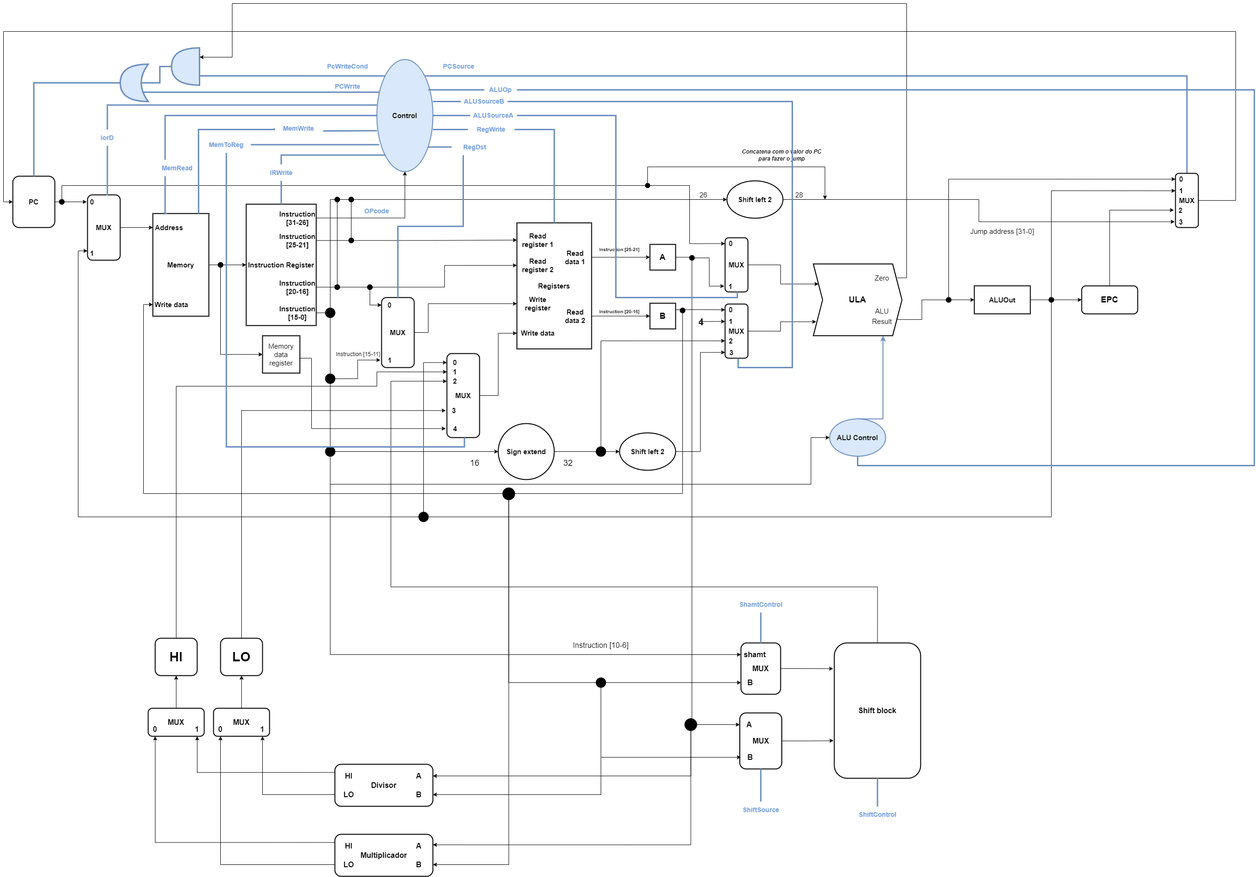
Above: Projeto/Unidade de Processamento/Unidade de Processamento.png in phdfreitas/infrahw-2021-2 (draw.io), before the change. Source tidied: cells renumbered, new cells last; positions are measured from the earlier drawing's top-left corner, leaving out a move shared by most shapes.
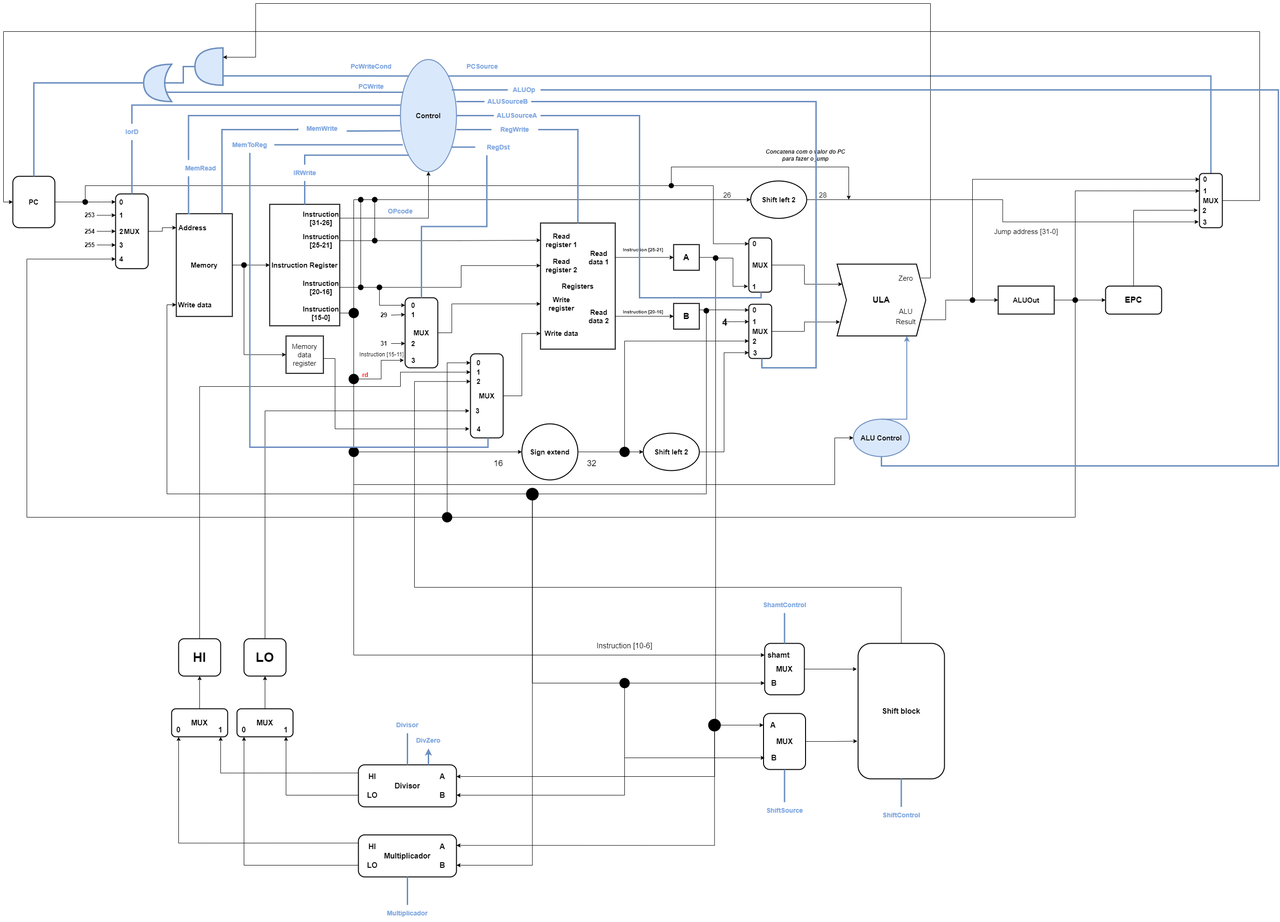
Above is the later version.

What changed in the source:
```diff
@@ -2,27 +2,36 @@
   <root>
     <mxCell id="0" />
     <mxCell id="1" parent="0" />
-    <mxCell id="2" style="edgeStyle=orthogonalEdgeStyle;rounded=0;jettySize=auto;html=1;exitX=1;exitY=0.5;exitDx=0;exitDy=0;entryX=-0.023;entryY=0.107;entryDx=0;entryDy=0;entryPerimeter=0;fontSize=15;startArrow=none;" parent="1" edge="1" source="124" target="6">
+    <mxCell id="2" style="edgeStyle=orthogonalEdgeStyle;rounded=0;jettySize=auto;html=1;exitX=1;exitY=0.5;exitDx=0;exitDy=0;fontSize=15;startArrow=none;entryX=0;entryY=0.5;entryDx=0;entryDy=0;" parent="1" edge="1" source="124" target="7">
       <mxGeometry relative="1" as="geometry" />
     </mxCell>
     <mxCell id="3" value="&lt;font size=&quot;1&quot;&gt;&lt;b style=&quot;font-size: 15px&quot;&gt;PC&lt;/b&gt;&lt;/font&gt;" style="rounded=1;whiteSpace=wrap;html=1;strokeWidth=2;" parent="1" vertex="1">
-      <mxGeometry x="20" y="370" width="90" height="110" as="geometry" />
+      <mxGeometry x="-30" y="370" width="90" height="110" as="geometry" />
     </mxCell>
     <mxCell id="4" style="group;" parent="1" vertex="1">
-      <mxGeometry x="160" y="410" width="90" height="140" as="geometry" />
+      <mxGeometry x="170" y="407.7" width="90" height="160" as="geometry" />
     </mxCell>
     <mxCell id="5" style="group;" parent="4" vertex="1">
-      <mxGeometry width="90" height="140" as="geometry" />
+      <mxGeometry width="90" height="160" as="geometry" />
     </mxCell>
     <mxCell id="6" value="&lt;b&gt;MUX&lt;/b&gt;" style="rounded=1;whiteSpace=wrap;html=1;fontSize=15;strokeWidth=2;" parent="5" vertex="1">
-      <mxGeometry x="20" width="70" height="140" as="geometry" />
+      <mxGeometry x="20" width="70" height="160" as="geometry" />
     </mxCell>
+    <mxCell id="265" value="&lt;b&gt;1&lt;/b&gt;" style="text;html=1;strokeColor=none;fillColor=none;align=center;verticalAlign=middle;whiteSpace=wrap;rounded=0;fontSize=15;" parent="5" vertex="1">
+      <mxGeometry x="20" y="28.6" width="25" height="34.3" as="geometry" />
+    </mxCell>
     <mxCell id="7" value="&lt;b&gt;0&lt;/b&gt;" style="text;html=1;strokeColor=none;fillColor=none;align=center;verticalAlign=middle;whiteSpace=wrap;rounded=0;fontSize=15;" parent="5" vertex="1">
-      <mxGeometry width="60" height="30" as="geometry" />
+      <mxGeometry x="20" width="25" height="34.3" as="geometry" />
     </mxCell>
-    <mxCell id="8" value="&lt;b&gt;1&lt;/b&gt;" style="text;html=1;strokeColor=none;fillColor=none;align=center;verticalAlign=middle;whiteSpace=wrap;rounded=0;fontSize=15;" parent="5" vertex="1">
-      <mxGeometry y="110" width="60" height="30" as="geometry" />
-    </mxCell>
+    <mxCell id="266" value="&lt;b&gt;2&lt;/b&gt;" style="text;html=1;strokeColor=none;fillColor=none;align=center;verticalAlign=middle;whiteSpace=wrap;rounded=0;fontSize=15;" parent="5" vertex="1">
+      <mxGeometry x="20" y="62.9" width="25" height="34.3" as="geometry" />
+    </mxCell>
+    <mxCell id="267" value="&lt;b&gt;3&lt;/b&gt;" style="text;html=1;strokeColor=none;fillColor=none;align=center;verticalAlign=middle;whiteSpace=wrap;rounded=0;fontSize=15;" parent="5" vertex="1">
+      <mxGeometry x="20" y="92.3" width="25" height="34.3" as="geometry" />
+    </mxCell>
+    <mxCell id="268" value="&lt;b&gt;4&lt;/b&gt;" style="text;html=1;strokeColor=none;fillColor=none;align=center;verticalAlign=middle;whiteSpace=wrap;rounded=0;fontSize=15;" parent="5" vertex="1">
+      <mxGeometry x="20" y="122.3" width="25" height="34.3" as="geometry" />
+    </mxCell>
     <mxCell id="9" style="group;" parent="1" vertex="1">
       <mxGeometry x="320" y="450" width="120" height="220" as="geometry" />
     </mxCell>
@@ -153,9 +162,12 @@
     <mxCell id="48" value="&lt;b&gt;0&lt;/b&gt;" style="text;html=1;strokeColor=none;fillColor=none;align=center;verticalAlign=middle;whiteSpace=wrap;rounded=0;fontSize=15;" parent="46" vertex="1">
       <mxGeometry x="20" width="35" height="32.1" as="geometry" />
     </mxCell>
-    <mxCell id="49" value="&lt;b&gt;1&lt;/b&gt;" style="text;html=1;strokeColor=none;fillColor=none;align=center;verticalAlign=middle;whiteSpace=wrap;rounded=0;fontSize=15;" parent="46" vertex="1">
+    <mxCell id="49" value="&lt;b&gt;3&lt;/b&gt;" style="text;html=1;strokeColor=none;fillColor=none;align=center;verticalAlign=middle;whiteSpace=wrap;rounded=0;fontSize=15;" parent="46" vertex="1">
       <mxGeometry x="17.5" y="117.9" width="40" height="32.1" as="geometry" />
     </mxCell>
+    <mxCell id="269" value="&lt;b&gt;1&lt;/b&gt;" style="text;html=1;strokeColor=none;fillColor=none;align=center;verticalAlign=middle;whiteSpace=wrap;rounded=0;fontSize=15;" parent="46" vertex="1">
+      <mxGeometry x="20" y="20" width="35" height="32.1" as="geometry" />
+    </mxCell>
     <mxCell id="50" style="edgeStyle=orthogonalEdgeStyle;rounded=0;jettySize=auto;html=1;exitX=1;exitY=0.5;exitDx=0;exitDy=0;entryX=0;entryY=0.5;entryDx=0;entryDy=0;fontSize=15;endArrow=none;" parent="1" edge="1" source="19" target="52">
       <mxGeometry relative="1" as="geometry" />
     </mxCell>
@@ -165,15 +177,6 @@
     <mxCell id="52" style="ellipse;whiteSpace=wrap;html=1;fontSize=15;strokeWidth=2;fillColor=#000000;" parent="51" vertex="1">
       <mxGeometry width="10" height="10" as="geometry" />
     </mxCell>
-    <mxCell id="53" style="group;" parent="1" vertex="1">
-      <mxGeometry x="780" y="602.7" width="10" height="10" as="geometry" />
-    </mxCell>
-    <mxCell id="54" style="ellipse;whiteSpace=wrap;html=1;fontSize=15;strokeWidth=2;fillColor=#000000;" parent="53" vertex="1">
-      <mxGeometry width="10" height="10" as="geometry" />
-    </mxCell>
-    <mxCell id="55" style="edgeStyle=orthogonalEdgeStyle;rounded=0;jettySize=auto;html=1;exitX=1;exitY=0.5;exitDx=0;exitDy=0;entryX=0;entryY=0.5;entryDx=0;entryDy=0;fontSize=15;startArrow=none;endArrow=none;" parent="53" edge="1" source="52" target="54">
-      <mxGeometry relative="1" as="geometry" />
-    </mxCell>
     <mxCell id="56" style="edgeStyle=orthogonalEdgeStyle;rounded=0;jettySize=auto;html=1;exitX=1;exitY=0.5;exitDx=0;exitDy=0;entryX=0;entryY=0.5;entryDx=0;entryDy=0;fontSize=15;startArrow=none;" parent="1" edge="1" source="54" target="38">
       <mxGeometry relative="1" as="geometry" />
     </mxCell>
@@ -417,7 +420,11 @@
       <mxGeometry x="120" y="420" width="10" height="10" as="geometry" />
     </mxCell>
     <mxCell id="125" style="edgeStyle=orthogonalEdgeStyle;rounded=0;jettySize=auto;html=1;exitX=1;exitY=0.5;exitDx=0;exitDy=0;entryX=-0.023;entryY=0.107;entryDx=0;entryDy=0;entryPerimeter=0;fontSize=15;endArrow=none;" parent="1" edge="1" source="3" target="124">
-      <mxGeometry relative="1" as="geometry" />
+      <mxGeometry relative="1" as="geometry">
+        <Array as="points">
+          <mxPoint x="120" y="425" />
+        </Array>
+      </mxGeometry>
     </mxCell>
     <mxCell id="126" style="edgeStyle=orthogonalEdgeStyle;rounded=0;jettySize=auto;html=1;exitX=1;exitY=0.5;exitDx=0;exitDy=0;entryX=0;entryY=0.25;entryDx=0;entryDy=0;fontSize=15;endArrow=classic;endFill=1;" parent="1" edge="1" source="117" target="129">
       <mxGeometry relative="1" as="geometry" />
@@ -450,12 +457,12 @@
         </Array>
       </mxGeometry>
     </mxCell>
-    <mxCell id="135" style="edgeStyle=orthogonalEdgeStyle;rounded=0;jettySize=auto;html=1;fontSize=15;endArrow=classic;endFill=1;entryX=0.333;entryY=0.333;entryDx=0;entryDy=0;entryPerimeter=0;exitX=0.5;exitY=1;exitDx=0;exitDy=0;" parent="1" edge="1" source="138" target="8">
+    <mxCell id="135" style="edgeStyle=orthogonalEdgeStyle;rounded=0;jettySize=auto;html=1;fontSize=15;endArrow=classic;endFill=1;exitX=0.5;exitY=1;exitDx=0;exitDy=0;entryX=0;entryY=0.5;entryDx=0;entryDy=0;" parent="1" edge="1" source="138" target="268">
       <mxGeometry relative="1" as="geometry">
         <Array as="points">
           <mxPoint x="2245" y="1100" />
-          <mxPoint x="160" y="1100" />
-          <mxPoint x="160" y="530" />
+          <mxPoint y="1100" />
+          <mxPoint y="547" />
         </Array>
       </mxGeometry>
     </mxCell>
@@ -516,8 +523,8 @@
         <Array as="points">
           <mxPoint x="2640" y="422" />
           <mxPoint x="2640" y="60" />
-          <mxPoint y="60" />
-          <mxPoint y="425" />
+          <mxPoint x="-50" y="60" />
+          <mxPoint x="-50" y="425" />
         </Array>
       </mxGeometry>
     </mxCell>
@@ -658,7 +665,7 @@
       <mxGeometry y="50" width="60" height="30" as="geometry" />
     </mxCell>
     <mxCell id="185" style="group;" parent="1" vertex="1">
-      <mxGeometry x="710" y="1630" width="210" height="90" as="geometry" />
+      <mxGeometry x="710" y="1630" width="210" height="105" as="geometry" />
     </mxCell>
     <mxCell id="186" value="&lt;b&gt;&lt;font style=&quot;font-size: 16px&quot;&gt;Divisor&lt;/font&gt;&lt;/b&gt;" style="rounded=1;whiteSpace=wrap;html=1;strokeWidth=2;" parent="185" vertex="1">
       <mxGeometry width="210" height="90" as="geometry" />
@@ -823,15 +830,16 @@
         <mxPoint x="800" y="217.5" as="sourcePoint" />
       </mxGeometry>
     </mxCell>
-    <mxCell id="230" style="edgeStyle=orthogonalEdgeStyle;rounded=0;jettySize=auto;html=1;exitX=0.5;exitY=1;exitDx=0;exitDy=0;entryX=1;entryY=0;entryDx=0;entryDy=0;fontSize=14;fontColor=#7EA6E0;endArrow=none;endFill=0;strokeWidth=3;fillColor=#dae8fc;strokeColor=#6c8ebf;" parent="1" edge="1" source="231" target="7">
+    <mxCell id="230" style="edgeStyle=orthogonalEdgeStyle;rounded=0;jettySize=auto;html=1;exitX=0.5;exitY=1;exitDx=0;exitDy=0;fontSize=14;fontColor=#7EA6E0;endArrow=none;endFill=0;strokeWidth=3;fillColor=#dae8fc;strokeColor=#6c8ebf;entryX=0.5;entryY=0;entryDx=0;entryDy=0;" parent="1" edge="1" source="231" target="6">
       <mxGeometry relative="1" as="geometry">
         <Array as="points">
-          <mxPoint x="222" y="410" />
+          <mxPoint x="225" y="360" />
+          <mxPoint x="225" y="360" />
         </Array>
       </mxGeometry>
     </mxCell>
     <mxCell id="231" value="&lt;b&gt;IorD&lt;/b&gt;" style="text;html=1;strokeColor=none;fillColor=none;align=center;verticalAlign=middle;whiteSpace=wrap;rounded=0;fontSize=14;fontColor=#7EA6E0;" parent="1" vertex="1">
-      <mxGeometry x="170" y="270" width="105" height="35" as="geometry" />
+      <mxGeometry x="172.5" y="257.5" width="105" height="35" as="geometry" />
     </mxCell>
     <mxCell id="232" style="edgeStyle=orthogonalEdgeStyle;rounded=0;jettySize=auto;html=1;exitX=0.25;exitY=1;exitDx=0;exitDy=0;entryX=0.25;entryY=0;entryDx=0;entryDy=0;fontSize=14;fontColor=#7EA6E0;endArrow=none;endFill=0;strokeWidth=3;fillColor=#dae8fc;strokeColor=#6c8ebf;" parent="1" edge="1" source="233" target="10">
       <mxGeometry relative="1" as="geometry">
@@ -976,5 +984,71 @@
     <mxCell id="264" value="&lt;b&gt;ShamtControl&lt;/b&gt;" style="text;html=1;strokeColor=none;fillColor=none;align=center;verticalAlign=middle;whiteSpace=wrap;rounded=0;fontSize=14;fontColor=#7EA6E0;" parent="1" vertex="1">
       <mxGeometry x="1572.5" y="1270" width="100" height="35" as="geometry" />
     </mxCell>
+    <mxCell id="270" style="edgeStyle=orthogonalEdgeStyle;rounded=0;jettySize=auto;html=1;exitX=1;exitY=0.5;exitDx=0;exitDy=0;fontSize=13;entryX=0;entryY=0.5;entryDx=0;entryDy=0;" parent="1" edge="1" source="271" target="269">
+      <mxGeometry relative="1" as="geometry">
+        <Array as="points">
+          <mxPoint x="780" y="666" />
+        </Array>
+      </mxGeometry>
+    </mxCell>
+    <mxCell id="271" value="&lt;b&gt;&lt;font style=&quot;font-size: 13px&quot;&gt;29&lt;/font&gt;&lt;/b&gt;" style="text;html=1;strokeColor=none;fillColor=none;align=center;verticalAlign=middle;whiteSpace=wrap;rounded=0;" parent="1" vertex="1">
+      <mxGeometry x="750" y="652.1" width="30" height="30" as="geometry" />
+    </mxCell>
+    <mxCell id="54" style="ellipse;whiteSpace=wrap;html=1;fontSize=15;strokeWidth=2;fillColor=#000000;" parent="1" vertex="1">
+      <mxGeometry x="750" y="602.7" width="10" height="10" as="geometry" />
+    </mxCell>
+    <mxCell id="55" style="edgeStyle=orthogonalEdgeStyle;rounded=0;jettySize=auto;html=1;exitX=1;exitY=0.5;exitDx=0;exitDy=0;entryX=0;entryY=0.5;entryDx=0;entryDy=0;fontSize=15;startArrow=none;endArrow=none;" parent="1" edge="1" source="52" target="54">
+      <mxGeometry relative="1" as="geometry" />
+    </mxCell>
+    <mxCell id="272" value="&lt;b&gt;2&lt;/b&gt;" style="text;html=1;strokeColor=none;fillColor=none;align=center;verticalAlign=middle;whiteSpace=wrap;rounded=0;fontSize=15;" parent="1" vertex="1">
+      <mxGeometry x="810" y="711.9" width="35" height="32.1" as="geometry" />
+    </mxCell>
+    <mxCell id="273" style="edgeStyle=orthogonalEdgeStyle;rounded=0;jettySize=auto;html=1;exitX=1;exitY=0.5;exitDx=0;exitDy=0;entryX=0;entryY=0.5;entryDx=0;entryDy=0;fontSize=13;" parent="1" edge="1" source="274" target="272">
+      <mxGeometry relative="1" as="geometry" />
+    </mxCell>
+    <mxCell id="274" value="&lt;b&gt;&lt;font style=&quot;font-size: 13px&quot;&gt;31&lt;/font&gt;&lt;/b&gt;" style="text;html=1;strokeColor=none;fillColor=none;align=center;verticalAlign=middle;whiteSpace=wrap;rounded=0;" parent="1" vertex="1">
+      <mxGeometry x="750" y="712.9" width="30" height="30" as="geometry" />
+    </mxCell>
+    <mxCell id="275" value="&lt;span style=&quot;font-size: 13px&quot;&gt;&lt;b&gt;&lt;font color=&quot;#ff0000&quot;&gt;rd&lt;/font&gt;&lt;/b&gt;&lt;/span&gt;" style="text;html=1;strokeColor=none;fillColor=none;align=center;verticalAlign=middle;whiteSpace=wrap;rounded=0;" parent="1" vertex="1">
+      <mxGeometry x="710" y="780" width="30" height="30" as="geometry" />
+    </mxCell>
+    <mxCell id="276" style="edgeStyle=orthogonalEdgeStyle;rounded=0;jettySize=auto;html=1;exitX=0.5;exitY=0;exitDx=0;exitDy=0;entryX=0.5;entryY=1;entryDx=0;entryDy=0;fontSize=13;fontColor=#FF0000;endArrow=none;endFill=0;strokeWidth=3;fillColor=#dae8fc;strokeColor=#6c8ebf;" parent="1" edge="1" source="277" target="180">
+      <mxGeometry relative="1" as="geometry" />
+    </mxCell>
+    <mxCell id="277" value="&lt;b&gt;Multiplicador&lt;/b&gt;" style="text;html=1;strokeColor=none;fillColor=none;align=center;verticalAlign=middle;whiteSpace=wrap;rounded=0;fontSize=14;fontColor=#7EA6E0;" parent="1" vertex="1">
+      <mxGeometry x="765" y="1930" width="100" height="35" as="geometry" />
+    </mxCell>
+    <mxCell id="278" style="edgeStyle=orthogonalEdgeStyle;rounded=0;jettySize=auto;html=1;exitX=0.5;exitY=1;exitDx=0;exitDy=0;entryX=0.5;entryY=0;entryDx=0;entryDy=0;fontSize=13;fontColor=#FF0000;endArrow=none;endFill=0;strokeWidth=3;fillColor=#dae8fc;strokeColor=#6c8ebf;" parent="1" edge="1" source="279" target="186">
+      <mxGeometry relative="1" as="geometry" />
+    </mxCell>
+    <mxCell id="279" value="&lt;b&gt;Divisor&lt;/b&gt;" style="text;html=1;strokeColor=none;fillColor=none;align=center;verticalAlign=middle;whiteSpace=wrap;rounded=0;fontSize=14;fontColor=#7EA6E0;" parent="1" vertex="1">
+      <mxGeometry x="765" y="1527.5" width="100" height="35" as="geometry" />
+    </mxCell>
+    <mxCell id="280" value="&lt;b&gt;DivZero&lt;/b&gt;" style="text;html=1;strokeColor=none;fillColor=none;align=center;verticalAlign=middle;whiteSpace=wrap;rounded=0;fontSize=14;fontColor=#7EA6E0;" parent="1" vertex="1">
+      <mxGeometry x="810" y="1560" width="100" height="35" as="geometry" />
+    </mxCell>
+    <mxCell id="281" style="edgeStyle=orthogonalEdgeStyle;rounded=0;jettySize=auto;html=1;exitX=0.5;exitY=0;exitDx=0;exitDy=0;entryX=0.5;entryY=1;entryDx=0;entryDy=0;fontSize=13;fontColor=#FF0000;endArrow=classic;endFill=1;strokeWidth=3;fillColor=#dae8fc;strokeColor=#6c8ebf;" parent="1" edge="1" target="280">
+      <mxGeometry relative="1" as="geometry">
+        <mxPoint x="860" y="1630" as="sourcePoint" />
+      </mxGeometry>
+    </mxCell>
+    <mxCell id="282" style="edgeStyle=orthogonalEdgeStyle;rounded=0;jettySize=auto;html=1;exitX=1;exitY=0.5;exitDx=0;exitDy=0;entryX=0;entryY=0.5;entryDx=0;entryDy=0;fontSize=13;fontColor=#FF0000;endArrow=classic;endFill=1;strokeWidth=1;" parent="1" edge="1" source="283" target="265">
+      <mxGeometry relative="1" as="geometry" />
+    </mxCell>
+    <mxCell id="283" value="&lt;b&gt;&lt;font style=&quot;font-size: 13px&quot;&gt;253&lt;/font&gt;&lt;/b&gt;" style="text;html=1;strokeColor=none;fillColor=none;align=center;verticalAlign=middle;whiteSpace=wrap;rounded=0;" parent="1" vertex="1">
+      <mxGeometry x="120" y="438.4" width="30" height="30" as="geometry" />
+    </mxCell>
+    <mxCell id="284" style="edgeStyle=orthogonalEdgeStyle;rounded=0;jettySize=auto;html=1;exitX=1;exitY=0.5;exitDx=0;exitDy=0;fontSize=13;fontColor=#FF0000;endArrow=classic;endFill=1;strokeWidth=1;" parent="1" edge="1" source="285" target="266">
+      <mxGeometry relative="1" as="geometry" />
+    </mxCell>
+    <mxCell id="285" value="&lt;b&gt;&lt;font style=&quot;font-size: 13px&quot;&gt;254&lt;/font&gt;&lt;/b&gt;" style="text;html=1;strokeColor=none;fillColor=none;align=center;verticalAlign=middle;whiteSpace=wrap;rounded=0;" parent="1" vertex="1">
+      <mxGeometry x="120" y="472.7" width="30" height="30" as="geometry" />
+    </mxCell>
+    <mxCell id="286" style="edgeStyle=orthogonalEdgeStyle;rounded=0;jettySize=auto;html=1;exitX=1;exitY=0.5;exitDx=0;exitDy=0;entryX=0;entryY=0.5;entryDx=0;entryDy=0;fontSize=13;fontColor=#FF0000;endArrow=classic;endFill=1;strokeWidth=1;" parent="1" edge="1" source="287" target="267">
+      <mxGeometry relative="1" as="geometry" />
+    </mxCell>
+    <mxCell id="287" value="&lt;b&gt;&lt;font style=&quot;font-size: 13px&quot;&gt;255&lt;/font&gt;&lt;/b&gt;" style="text;html=1;strokeColor=none;fillColor=none;align=center;verticalAlign=middle;whiteSpace=wrap;rounded=0;" parent="1" vertex="1">
+      <mxGeometry x="120" y="502" width="30" height="30" as="geometry" />
+    </mxCell>
   </root>
 </mxGraphModel>
```
